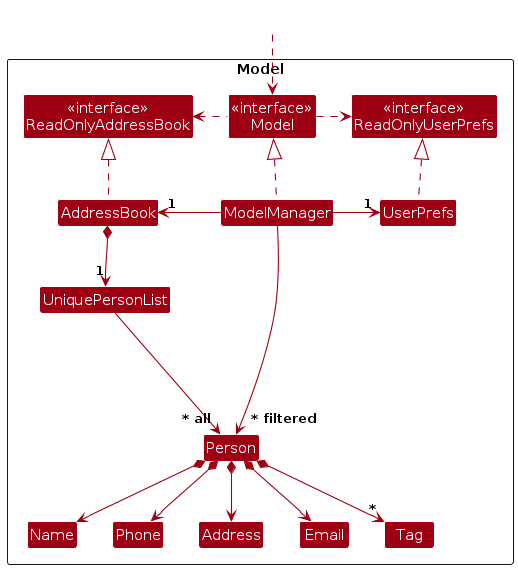
This is diagrams/ModelClassDiagram.png from AY2627S1-CS2103T-F15-3/tp, a PlantUML export, as it was before one commit. Its source is kept beside it as diagrams/ModelClassDiagram.puml. Its diagram source:
```plantuml
@startuml
!include style.puml
skinparam arrowThickness 1.1
skinparam arrowColor MODEL_COLOR
skinparam classBackgroundColor MODEL_COLOR

Package Model as ModelPackage <<Rectangle>>{
Class "<<interface>>\nReadOnlyAddressBook" as ReadOnlyAddressBook
Class "<<interface>>\nReadOnlyUserPrefs" as ReadOnlyUserPrefs
Class "<<interface>>\nModel" as Model
Class AddressBook
Class ModelManager
Class UserPrefs

Class UniquePersonList
Class Person
Class Address
Class Email
Class Name
Class Phone
Class Tag

Class I #FFFFFF
}

Class HiddenOutside #FFFFFF
HiddenOutside ..> Model

AddressBook .up.|> ReadOnlyAddressBook

ModelManager .up.|> Model
Model .right.> ReadOnlyUserPrefs
Model .left.> ReadOnlyAddressBook
ModelManager -left-> "1" AddressBook
ModelManager -right-> "1" UserPrefs
UserPrefs .up.|> ReadOnlyUserPrefs

AddressBook *--> "1" UniquePersonList
UniquePersonList --> "~* all" Person
Person *--> Name
Person *--> Phone
Person *--> Email
Person *--> Address
Person *--> "*" Tag

Person -[hidden]up--> I
UniquePersonList -[hidden]right-> I

Name -[hidden]right-> Phone
Phone -[hidden]right-> Address
Address -[hidden]right-> Email

ModelManager --> "~* filtered" Person
@enduml
```
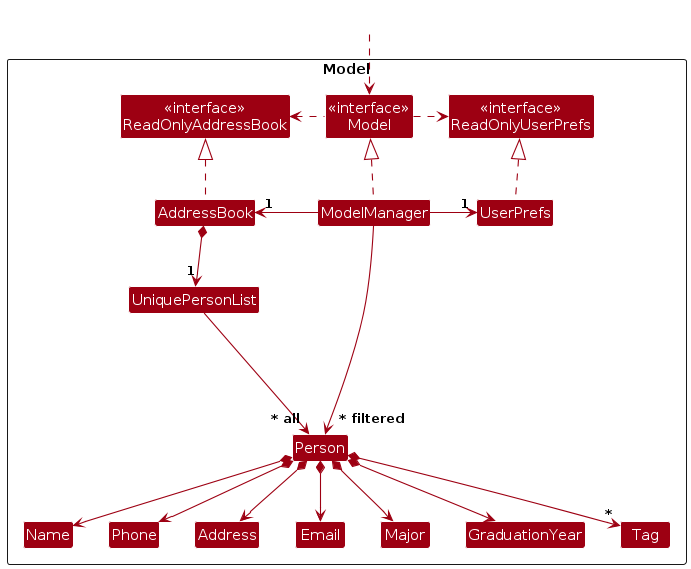
The same diagram one commit later.

Change to the diagram source:
```diff
@@ -18,6 +18,8 @@
 Class Email
 Class Name
 Class Phone
+Class Major
+Class GraduationYear
 Class Tag
 
 Class I #FFFFFF
@@ -41,6 +43,8 @@
 Person *--> Phone
 Person *--> Email
 Person *--> Address
+Person *--> Major
+Person *--> GraduationYear
 Person *--> "*" Tag
 
 Person -[hidden]up--> I
@@ -49,6 +53,8 @@
 Name -[hidden]right-> Phone
 Phone -[hidden]right-> Address
 Address -[hidden]right-> Email
+Email -[hidden]right-> Major
+Major -[hidden]right-> GraduationYear
 
 ModelManager --> "~* filtered" Person
 @enduml
```
